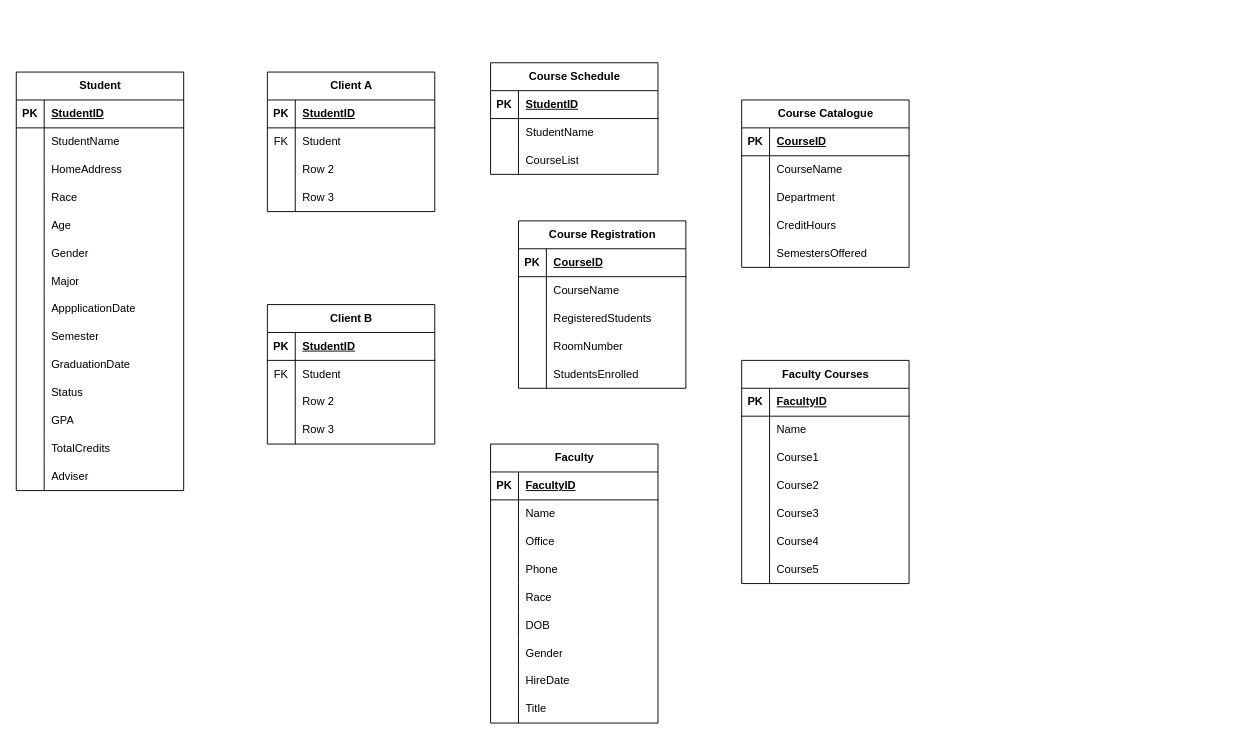
Before: Project 3.drawio in dkim28/computer-science, a draw.io diagram. Source tidied: cells renumbered, new cells numbered last; positions are measured from the earlier drawing's top-left corner, leaving out a move shared by most shapes. Both pictures are drawn from the tidied source at 93%, with x=0, y=0 at pixel (16, 62).
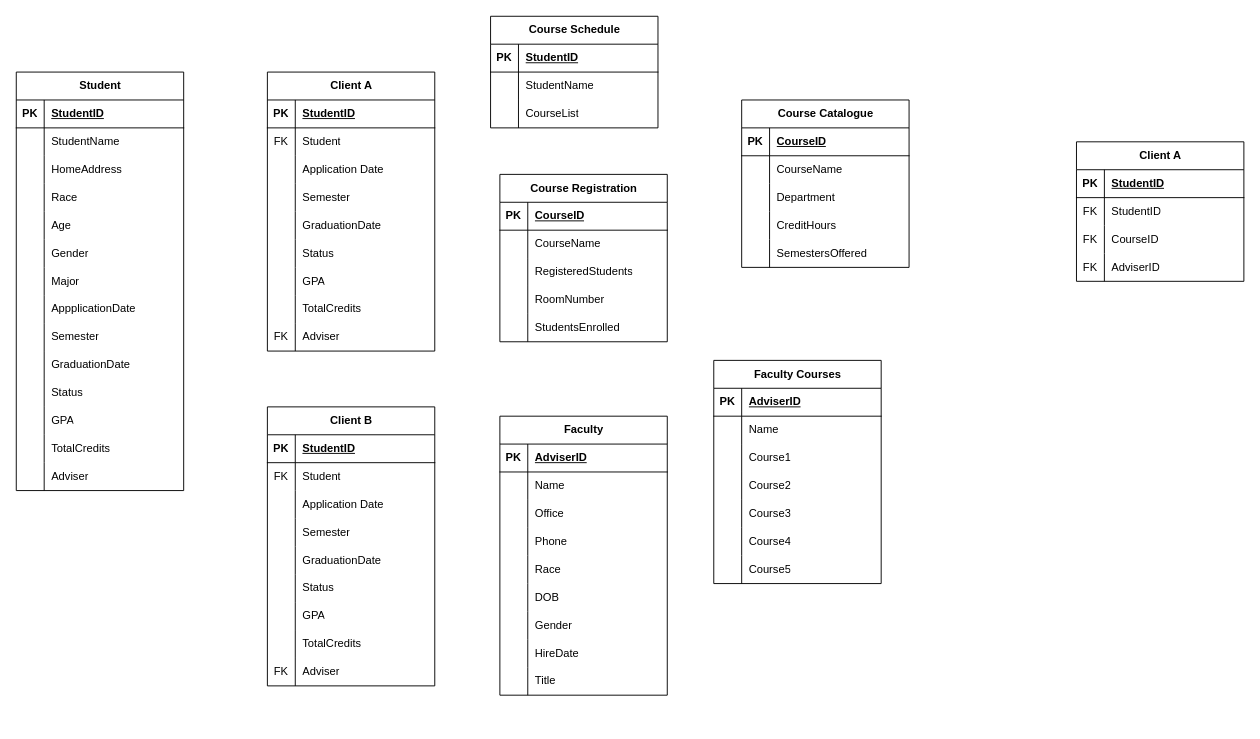
Above is the later version.

The change refers to these unchanged cells:
```xml
<mxCell id="65" style="shape=tableRow;horizontal=0;startSize=0;swimlaneHead=0;swimlaneBody=0;fillColor=none;top=0;left=0;right=0;bottom=0;" parent="58" vertex="1">
  <mxGeometry y="90" width="180" height="30" as="geometry" />
</mxCell>
<mxCell id="68" style="shape=tableRow;horizontal=0;startSize=0;swimlaneHead=0;swimlaneBody=0;fillColor=none;top=0;left=0;right=0;bottom=0;" parent="58" vertex="1">
  <mxGeometry y="120" width="180" height="30" as="geometry" />
</mxCell>
<mxCell id="114" style="shape=tableRow;horizontal=0;startSize=0;swimlaneHead=0;swimlaneBody=0;fillColor=none;top=0;left=0;right=0;bottom=1;" parent="113" vertex="1">
  <mxGeometry y="30" width="180" height="30" as="geometry" />
</mxCell>
<mxCell id="136" style="shape=tableRow;horizontal=0;startSize=0;swimlaneHead=0;swimlaneBody=0;fillColor=none;top=0;left=0;right=0;bottom=1;" parent="135" vertex="1">
  <mxGeometry y="30" width="180" height="30" as="geometry" />
</mxCell>
```

Change to the diagram source:
```diff
@@
-    <mxCell id="45" value="Client B" style="shape=table;startSize=30;childLayout=tableLayout;rowLines=0;fontStyle=1;align=center;html=1;" parent="1" vertex="1">
-      <mxGeometry x="270" y="260" width="180" height="150" as="geometry" />
-    </mxCell>
-    <mxCell id="46" style="shape=tableRow;horizontal=0;startSize=0;swimlaneHead=0;swimlaneBody=0;fillColor=none;top=0;left=0;right=0;bottom=1;" parent="45" vertex="1">
-      <mxGeometry y="30" width="180" height="30" as="geometry" />
-    </mxCell>
-    <mxCell id="47" value="PK" style="shape=partialRectangle;fillColor=none;top=0;left=0;bottom=0;right=0;fontStyle=1;overflow=hidden;whiteSpace=wrap;html=1;" parent="46" vertex="1">
-      <mxGeometry width="30" height="30" as="geometry" />
-    </mxCell>
-    <mxCell id="48" value="StudentID" style="shape=partialRectangle;fillColor=none;top=0;left=0;bottom=0;right=0;align=left;spacingLeft=6;fontStyle=5;overflow=hidden;whiteSpace=wrap;html=1;" parent="46" vertex="1">
-      <mxGeometry x="30" width="150" height="30" as="geometry" />
-    </mxCell>
-    <mxCell id="49" style="shape=tableRow;horizontal=0;startSize=0;swimlaneHead=0;swimlaneBody=0;fillColor=none;top=0;left=0;right=0;bottom=0;" parent="45" vertex="1">
-      <mxGeometry y="60" width="180" height="30" as="geometry" />
-    </mxCell>
-    <mxCell id="50" value="FK" style="shape=partialRectangle;fillColor=none;top=0;left=0;bottom=0;right=0;overflow=hidden;whiteSpace=wrap;html=1;" parent="49" vertex="1">
-      <mxGeometry width="30" height="30" as="geometry" />
-    </mxCell>
-    <mxCell id="51" value="Student" style="shape=partialRectangle;fillColor=none;top=0;left=0;bottom=0;right=0;align=left;spacingLeft=6;overflow=hidden;whiteSpace=wrap;html=1;" parent="49" vertex="1">
-      <mxGeometry x="30" width="150" height="30" as="geometry" />
-    </mxCell>
-    <mxCell id="52" style="shape=tableRow;horizontal=0;startSize=0;swimlaneHead=0;swimlaneBody=0;fillColor=none;top=0;left=0;right=0;bottom=0;" parent="45" vertex="1">
-      <mxGeometry y="90" width="180" height="30" as="geometry" />
-    </mxCell>
-    <mxCell id="53" style="shape=partialRectangle;fillColor=none;top=0;left=0;bottom=0;right=0;overflow=hidden;whiteSpace=wrap;html=1;" parent="52" vertex="1">
-      <mxGeometry width="30" height="30" as="geometry" />
-    </mxCell>
-    <mxCell id="54" value="Row 2" style="shape=partialRectangle;fillColor=none;top=0;left=0;bottom=0;right=0;align=left;spacingLeft=6;overflow=hidden;whiteSpace=wrap;html=1;" parent="52" vertex="1">
-      <mxGeometry x="30" width="150" height="30" as="geometry" />
-    </mxCell>
-    <mxCell id="55" style="shape=tableRow;horizontal=0;startSize=0;swimlaneHead=0;swimlaneBody=0;fillColor=none;top=0;left=0;right=0;bottom=0;" parent="45" vertex="1">
-      <mxGeometry y="120" width="180" height="30" as="geometry" />
-    </mxCell>
-    <mxCell id="56" style="shape=partialRectangle;fillColor=none;top=0;left=0;bottom=0;right=0;overflow=hidden;whiteSpace=wrap;html=1;" parent="55" vertex="1">
-      <mxGeometry width="30" height="30" as="geometry" />
-    </mxCell>
-    <mxCell id="57" value="Row 3" style="shape=partialRectangle;fillColor=none;top=0;left=0;bottom=0;right=0;align=left;spacingLeft=6;overflow=hidden;whiteSpace=wrap;html=1;" parent="55" vertex="1">
-      <mxGeometry x="30" width="150" height="30" as="geometry" />
-    </mxCell>
     <mxCell id="58" value="Client A" style="shape=table;startSize=30;childLayout=tableLayout;rowLines=0;fontStyle=1;align=center;html=1;" parent="1" vertex="1">
-      <mxGeometry x="270" y="10" width="180" height="150" as="geometry" />
+      <mxGeometry x="270" y="10" width="180" height="300" as="geometry" />
     </mxCell>
@@
-    <mxCell id="67" value="Row 2" style="shape=partialRectangle;fillColor=none;top=0;left=0;bottom=0;right=0;align=left;spacingLeft=6;overflow=hidden;whiteSpace=wrap;html=1;" parent="65" vertex="1">
+    <mxCell id="67" value="Application Date" style="shape=partialRectangle;fillColor=none;top=0;left=0;bottom=0;right=0;align=left;spacingLeft=6;overflow=hidden;whiteSpace=wrap;html=1;" parent="65" vertex="1">
       <mxGeometry x="30" width="150" height="30" as="geometry" />
     </mxCell>
@@
-    <mxCell id="70" value="Row 3" style="shape=partialRectangle;fillColor=none;top=0;left=0;bottom=0;right=0;align=left;spacingLeft=6;overflow=hidden;whiteSpace=wrap;html=1;" parent="68" vertex="1">
+    <mxCell id="70" value="Semester" style="shape=partialRectangle;fillColor=none;top=0;left=0;bottom=0;right=0;align=left;spacingLeft=6;overflow=hidden;whiteSpace=wrap;html=1;" parent="68" vertex="1">
       <mxGeometry x="30" width="150" height="30" as="geometry" />
     </mxCell>
+    <mxCell id="163" style="shape=tableRow;horizontal=0;startSize=0;swimlaneHead=0;swimlaneBody=0;fillColor=none;top=0;left=0;right=0;bottom=0;" parent="58" vertex="1">
+      <mxGeometry y="150" width="180" height="30" as="geometry" />
+    </mxCell>
+    <mxCell id="164" style="shape=partialRectangle;fillColor=none;top=0;left=0;bottom=0;right=0;overflow=hidden;whiteSpace=wrap;html=1;" parent="163" vertex="1">
+      <mxGeometry width="30" height="30" as="geometry" />
+    </mxCell>
+    <mxCell id="165" value="GraduationDate" style="shape=partialRectangle;fillColor=none;top=0;left=0;bottom=0;right=0;align=left;spacingLeft=6;overflow=hidden;whiteSpace=wrap;html=1;" parent="163" vertex="1">
+      <mxGeometry x="30" width="150" height="30" as="geometry" />
+    </mxCell>
+    <mxCell id="166" style="shape=tableRow;horizontal=0;startSize=0;swimlaneHead=0;swimlaneBody=0;fillColor=none;top=0;left=0;right=0;bottom=0;" parent="58" vertex="1">
+      <mxGeometry y="180" width="180" height="30" as="geometry" />
+    </mxCell>
+    <mxCell id="167" style="shape=partialRectangle;fillColor=none;top=0;left=0;bottom=0;right=0;overflow=hidden;whiteSpace=wrap;html=1;" parent="166" vertex="1">
+      <mxGeometry width="30" height="30" as="geometry" />
+    </mxCell>
+    <mxCell id="168" value="Status" style="shape=partialRectangle;fillColor=none;top=0;left=0;bottom=0;right=0;align=left;spacingLeft=6;overflow=hidden;whiteSpace=wrap;html=1;" parent="166" vertex="1">
+      <mxGeometry x="30" width="150" height="30" as="geometry" />
+    </mxCell>
+    <mxCell id="169" style="shape=tableRow;horizontal=0;startSize=0;swimlaneHead=0;swimlaneBody=0;fillColor=none;top=0;left=0;right=0;bottom=0;" parent="58" vertex="1">
+      <mxGeometry y="210" width="180" height="30" as="geometry" />
+    </mxCell>
+    <mxCell id="170" style="shape=partialRectangle;fillColor=none;top=0;left=0;bottom=0;right=0;overflow=hidden;whiteSpace=wrap;html=1;" parent="169" vertex="1">
+      <mxGeometry width="30" height="30" as="geometry" />
+    </mxCell>
+    <mxCell id="171" value="GPA" style="shape=partialRectangle;fillColor=none;top=0;left=0;bottom=0;right=0;align=left;spacingLeft=6;overflow=hidden;whiteSpace=wrap;html=1;" parent="169" vertex="1">
+      <mxGeometry x="30" width="150" height="30" as="geometry" />
+    </mxCell>
+    <mxCell id="172" style="shape=tableRow;horizontal=0;startSize=0;swimlaneHead=0;swimlaneBody=0;fillColor=none;top=0;left=0;right=0;bottom=0;" parent="58" vertex="1">
+      <mxGeometry y="240" width="180" height="30" as="geometry" />
+    </mxCell>
+    <mxCell id="173" style="shape=partialRectangle;fillColor=none;top=0;left=0;bottom=0;right=0;overflow=hidden;whiteSpace=wrap;html=1;" parent="172" vertex="1">
+      <mxGeometry width="30" height="30" as="geometry" />
+    </mxCell>
+    <mxCell id="174" value="TotalCredits" style="shape=partialRectangle;fillColor=none;top=0;left=0;bottom=0;right=0;align=left;spacingLeft=6;overflow=hidden;whiteSpace=wrap;html=1;" parent="172" vertex="1">
+      <mxGeometry x="30" width="150" height="30" as="geometry" />
+    </mxCell>
+    <mxCell id="175" style="shape=tableRow;horizontal=0;startSize=0;swimlaneHead=0;swimlaneBody=0;fillColor=none;top=0;left=0;right=0;bottom=0;" parent="58" vertex="1">
+      <mxGeometry y="270" width="180" height="30" as="geometry" />
+    </mxCell>
+    <mxCell id="176" value="FK" style="shape=partialRectangle;fillColor=none;top=0;left=0;bottom=0;right=0;overflow=hidden;whiteSpace=wrap;html=1;" parent="175" vertex="1">
+      <mxGeometry width="30" height="30" as="geometry" />
+    </mxCell>
+    <mxCell id="177" value="Adviser" style="shape=partialRectangle;fillColor=none;top=0;left=0;bottom=0;right=0;align=left;spacingLeft=6;overflow=hidden;whiteSpace=wrap;html=1;" parent="175" vertex="1">
+      <mxGeometry x="30" width="150" height="30" as="geometry" />
+    </mxCell>
     <mxCell id="71" value="Course Schedule" style="shape=table;startSize=30;childLayout=tableLayout;rowLines=0;fontStyle=1;align=center;html=1;" parent="1" vertex="1">
-      <mxGeometry x="510" width="180" height="120" as="geometry" />
+      <mxGeometry x="510" y="-50" width="180" height="120" as="geometry" />
     </mxCell>
@@
     <mxCell id="81" value="Course Registration" style="shape=table;startSize=30;childLayout=tableLayout;rowLines=0;fontStyle=1;align=center;html=1;" parent="1" vertex="1">
-      <mxGeometry x="540" y="170" width="180" height="180" as="geometry" />
+      <mxGeometry x="520" y="120" width="180" height="180" as="geometry" />
     </mxCell>
@@
     <mxCell id="113" value="Faculty Courses" style="shape=table;startSize=30;childLayout=tableLayout;rowLines=0;fontStyle=1;align=center;html=1;" parent="1" vertex="1">
-      <mxGeometry x="780" y="320" width="180" height="240" as="geometry" />
+      <mxGeometry x="750" y="320" width="180" height="240" as="geometry" />
     </mxCell>
@@
-    <mxCell id="116" value="FacultyID" style="shape=partialRectangle;fillColor=none;top=0;left=0;bottom=0;right=0;align=left;spacingLeft=6;fontStyle=5;overflow=hidden;whiteSpace=wrap;html=1;" parent="114" vertex="1">
+    <mxCell id="116" value="AdviserID" style="shape=partialRectangle;fillColor=none;top=0;left=0;bottom=0;right=0;align=left;spacingLeft=6;fontStyle=5;overflow=hidden;whiteSpace=wrap;html=1;" parent="114" vertex="1">
       <mxGeometry x="30" width="150" height="30" as="geometry" />
     </mxCell>
@@
     <mxCell id="135" value="Faculty" style="shape=table;startSize=30;childLayout=tableLayout;rowLines=0;fontStyle=1;align=center;html=1;" parent="1" vertex="1">
-      <mxGeometry x="510" y="410" width="180" height="300" as="geometry" />
+      <mxGeometry x="520" y="380" width="180" height="300" as="geometry" />
     </mxCell>
@@
-    <mxCell id="138" value="FacultyID" style="shape=partialRectangle;fillColor=none;top=0;left=0;bottom=0;right=0;align=left;spacingLeft=6;fontStyle=5;overflow=hidden;whiteSpace=wrap;html=1;" parent="136" vertex="1">
+    <mxCell id="138" value="AdviserID" style="shape=partialRectangle;fillColor=none;top=0;left=0;bottom=0;right=0;align=left;spacingLeft=6;fontStyle=5;overflow=hidden;whiteSpace=wrap;html=1;" parent="136" vertex="1">
       <mxGeometry x="30" width="150" height="30" as="geometry" />
     </mxCell>
@@
+    <mxCell id="45" value="Client B" style="shape=table;startSize=30;childLayout=tableLayout;rowLines=0;fontStyle=1;align=center;html=1;" parent="1" vertex="1">
+      <mxGeometry x="270" y="370" width="180" height="300" as="geometry" />
+    </mxCell>
+    <mxCell id="178" style="shape=tableRow;horizontal=0;startSize=0;swimlaneHead=0;swimlaneBody=0;fillColor=none;top=0;left=0;right=0;bottom=1;" parent="45" vertex="1">
+      <mxGeometry y="30" width="180" height="30" as="geometry" />
+    </mxCell>
+    <mxCell id="179" value="PK" style="shape=partialRectangle;fillColor=none;top=0;left=0;bottom=0;right=0;fontStyle=1;overflow=hidden;whiteSpace=wrap;html=1;" parent="178" vertex="1">
+      <mxGeometry width="30" height="30" as="geometry" />
+    </mxCell>
+    <mxCell id="180" value="StudentID" style="shape=partialRectangle;fillColor=none;top=0;left=0;bottom=0;right=0;align=left;spacingLeft=6;fontStyle=5;overflow=hidden;whiteSpace=wrap;html=1;" parent="178" vertex="1">
+      <mxGeometry x="30" width="150" height="30" as="geometry" />
+    </mxCell>
+    <mxCell id="181" style="shape=tableRow;horizontal=0;startSize=0;swimlaneHead=0;swimlaneBody=0;fillColor=none;top=0;left=0;right=0;bottom=0;" parent="45" vertex="1">
+      <mxGeometry y="60" width="180" height="30" as="geometry" />
+    </mxCell>
+    <mxCell id="182" value="FK" style="shape=partialRectangle;fillColor=none;top=0;left=0;bottom=0;right=0;overflow=hidden;whiteSpace=wrap;html=1;" parent="181" vertex="1">
+      <mxGeometry width="30" height="30" as="geometry" />
+    </mxCell>
+    <mxCell id="51" value="Student" style="shape=partialRectangle;fillColor=none;top=0;left=0;bottom=0;right=0;align=left;spacingLeft=6;overflow=hidden;whiteSpace=wrap;html=1;" parent="181" vertex="1">
+      <mxGeometry x="30" width="150" height="30" as="geometry" />
+    </mxCell>
+    <mxCell id="183" style="shape=tableRow;horizontal=0;startSize=0;swimlaneHead=0;swimlaneBody=0;fillColor=none;top=0;left=0;right=0;bottom=0;" parent="45" vertex="1">
+      <mxGeometry y="90" width="180" height="30" as="geometry" />
+    </mxCell>
+    <mxCell id="184" style="shape=partialRectangle;fillColor=none;top=0;left=0;bottom=0;right=0;overflow=hidden;whiteSpace=wrap;html=1;" parent="183" vertex="1">
+      <mxGeometry width="30" height="30" as="geometry" />
+    </mxCell>
+    <mxCell id="185" value="Application Date" style="shape=partialRectangle;fillColor=none;top=0;left=0;bottom=0;right=0;align=left;spacingLeft=6;overflow=hidden;whiteSpace=wrap;html=1;" parent="183" vertex="1">
+      <mxGeometry x="30" width="150" height="30" as="geometry" />
+    </mxCell>
+    <mxCell id="186" style="shape=tableRow;horizontal=0;startSize=0;swimlaneHead=0;swimlaneBody=0;fillColor=none;top=0;left=0;right=0;bottom=0;" parent="45" vertex="1">
+      <mxGeometry y="120" width="180" height="30" as="geometry" />
+    </mxCell>
+    <mxCell id="187" style="shape=partialRectangle;fillColor=none;top=0;left=0;bottom=0;right=0;overflow=hidden;whiteSpace=wrap;html=1;" parent="186" vertex="1">
+      <mxGeometry width="30" height="30" as="geometry" />
+    </mxCell>
+    <mxCell id="188" value="Semester" style="shape=partialRectangle;fillColor=none;top=0;left=0;bottom=0;right=0;align=left;spacingLeft=6;overflow=hidden;whiteSpace=wrap;html=1;" parent="186" vertex="1">
+      <mxGeometry x="30" width="150" height="30" as="geometry" />
+    </mxCell>
+    <mxCell id="189" style="shape=tableRow;horizontal=0;startSize=0;swimlaneHead=0;swimlaneBody=0;fillColor=none;top=0;left=0;right=0;bottom=0;" parent="45" vertex="1">
+      <mxGeometry y="150" width="180" height="30" as="geometry" />
+    </mxCell>
+    <mxCell id="190" style="shape=partialRectangle;fillColor=none;top=0;left=0;bottom=0;right=0;overflow=hidden;whiteSpace=wrap;html=1;" parent="189" vertex="1">
+      <mxGeometry width="30" height="30" as="geometry" />
+    </mxCell>
+    <mxCell id="191" value="GraduationDate" style="shape=partialRectangle;fillColor=none;top=0;left=0;bottom=0;right=0;align=left;spacingLeft=6;overflow=hidden;whiteSpace=wrap;html=1;" parent="189" vertex="1">
+      <mxGeometry x="30" width="150" height="30" as="geometry" />
+    </mxCell>
+    <mxCell id="192" style="shape=tableRow;horizontal=0;startSize=0;swimlaneHead=0;swimlaneBody=0;fillColor=none;top=0;left=0;right=0;bottom=0;" parent="45" vertex="1">
+      <mxGeometry y="180" width="180" height="30" as="geometry" />
+    </mxCell>
+    <mxCell id="193" style="shape=partialRectangle;fillColor=none;top=0;left=0;bottom=0;right=0;overflow=hidden;whiteSpace=wrap;html=1;" parent="192" vertex="1">
+      <mxGeometry width="30" height="30" as="geometry" />
+    </mxCell>
+    <mxCell id="194" value="Status" style="shape=partialRectangle;fillColor=none;top=0;left=0;bottom=0;right=0;align=left;spacingLeft=6;overflow=hidden;whiteSpace=wrap;html=1;" parent="192" vertex="1">
+      <mxGeometry x="30" width="150" height="30" as="geometry" />
+    </mxCell>
+    <mxCell id="195" style="shape=tableRow;horizontal=0;startSize=0;swimlaneHead=0;swimlaneBody=0;fillColor=none;top=0;left=0;right=0;bottom=0;" parent="45" vertex="1">
+      <mxGeometry y="210" width="180" height="30" as="geometry" />
+    </mxCell>
+    <mxCell id="196" style="shape=partialRectangle;fillColor=none;top=0;left=0;bottom=0;right=0;overflow=hidden;whiteSpace=wrap;html=1;" parent="195" vertex="1">
+      <mxGeometry width="30" height="30" as="geometry" />
+    </mxCell>
+    <mxCell id="197" value="GPA" style="shape=partialRectangle;fillColor=none;top=0;left=0;bottom=0;right=0;align=left;spacingLeft=6;overflow=hidden;whiteSpace=wrap;html=1;" parent="195" vertex="1">
+      <mxGeometry x="30" width="150" height="30" as="geometry" />
+    </mxCell>
+    <mxCell id="198" style="shape=tableRow;horizontal=0;startSize=0;swimlaneHead=0;swimlaneBody=0;fillColor=none;top=0;left=0;right=0;bottom=0;" parent="45" vertex="1">
+      <mxGeometry y="240" width="180" height="30" as="geometry" />
+    </mxCell>
+    <mxCell id="199" style="shape=partialRectangle;fillColor=none;top=0;left=0;bottom=0;right=0;overflow=hidden;whiteSpace=wrap;html=1;" parent="198" vertex="1">
+      <mxGeometry width="30" height="30" as="geometry" />
+    </mxCell>
+    <mxCell id="200" value="TotalCredits" style="shape=partialRectangle;fillColor=none;top=0;left=0;bottom=0;right=0;align=left;spacingLeft=6;overflow=hidden;whiteSpace=wrap;html=1;" parent="198" vertex="1">
+      <mxGeometry x="30" width="150" height="30" as="geometry" />
+    </mxCell>
+    <mxCell id="201" style="shape=tableRow;horizontal=0;startSize=0;swimlaneHead=0;swimlaneBody=0;fillColor=none;top=0;left=0;right=0;bottom=0;" parent="45" vertex="1">
+      <mxGeometry y="270" width="180" height="30" as="geometry" />
+    </mxCell>
+    <mxCell id="202" value="FK" style="shape=partialRectangle;fillColor=none;top=0;left=0;bottom=0;right=0;overflow=hidden;whiteSpace=wrap;html=1;" parent="201" vertex="1">
+      <mxGeometry width="30" height="30" as="geometry" />
+    </mxCell>
+    <mxCell id="203" value="Adviser" style="shape=partialRectangle;fillColor=none;top=0;left=0;bottom=0;right=0;align=left;spacingLeft=6;overflow=hidden;whiteSpace=wrap;html=1;" parent="201" vertex="1">
+      <mxGeometry x="30" width="150" height="30" as="geometry" />
+    </mxCell>
+    <mxCell id="204" value="Client A" style="shape=table;startSize=30;childLayout=tableLayout;rowLines=0;fontStyle=1;align=center;html=1;" parent="1" vertex="1">
+      <mxGeometry x="1140" y="85" width="180" height="150" as="geometry" />
+    </mxCell>
+    <mxCell id="205" style="shape=tableRow;horizontal=0;startSize=0;swimlaneHead=0;swimlaneBody=0;fillColor=none;top=0;left=0;right=0;bottom=1;" parent="204" vertex="1">
+      <mxGeometry y="30" width="180" height="30" as="geometry" />
+    </mxCell>
+    <mxCell id="206" value="PK" style="shape=partialRectangle;fillColor=none;top=0;left=0;bottom=0;right=0;fontStyle=1;overflow=hidden;whiteSpace=wrap;html=1;" parent="205" vertex="1">
+      <mxGeometry width="30" height="30" as="geometry" />
+    </mxCell>
+    <mxCell id="207" value="StudentID" style="shape=partialRectangle;fillColor=none;top=0;left=0;bottom=0;right=0;align=left;spacingLeft=6;fontStyle=5;overflow=hidden;whiteSpace=wrap;html=1;" parent="205" vertex="1">
+      <mxGeometry x="30" width="150" height="30" as="geometry" />
+    </mxCell>
+    <mxCell id="208" style="shape=tableRow;horizontal=0;startSize=0;swimlaneHead=0;swimlaneBody=0;fillColor=none;top=0;left=0;right=0;bottom=0;" parent="204" vertex="1">
+      <mxGeometry y="60" width="180" height="30" as="geometry" />
+    </mxCell>
+    <mxCell id="209" value="FK" style="shape=partialRectangle;fillColor=none;top=0;left=0;bottom=0;right=0;overflow=hidden;whiteSpace=wrap;html=1;" parent="208" vertex="1">
+      <mxGeometry width="30" height="30" as="geometry" />
+    </mxCell>
+    <mxCell id="210" value="StudentID" style="shape=partialRectangle;fillColor=none;top=0;left=0;bottom=0;right=0;align=left;spacingLeft=6;overflow=hidden;whiteSpace=wrap;html=1;" parent="208" vertex="1">
+      <mxGeometry x="30" width="150" height="30" as="geometry" />
+    </mxCell>
+    <mxCell id="211" style="shape=tableRow;horizontal=0;startSize=0;swimlaneHead=0;swimlaneBody=0;fillColor=none;top=0;left=0;right=0;bottom=0;" parent="204" vertex="1">
+      <mxGeometry y="90" width="180" height="30" as="geometry" />
+    </mxCell>
+    <mxCell id="212" value="FK" style="shape=partialRectangle;fillColor=none;top=0;left=0;bottom=0;right=0;overflow=hidden;whiteSpace=wrap;html=1;" parent="211" vertex="1">
+      <mxGeometry width="30" height="30" as="geometry" />
+    </mxCell>
+    <mxCell id="213" value="CourseID" style="shape=partialRectangle;fillColor=none;top=0;left=0;bottom=0;right=0;align=left;spacingLeft=6;overflow=hidden;whiteSpace=wrap;html=1;" parent="211" vertex="1">
+      <mxGeometry x="30" width="150" height="30" as="geometry" />
+    </mxCell>
+    <mxCell id="214" style="shape=tableRow;horizontal=0;startSize=0;swimlaneHead=0;swimlaneBody=0;fillColor=none;top=0;left=0;right=0;bottom=0;" parent="204" vertex="1">
+      <mxGeometry y="120" width="180" height="30" as="geometry" />
+    </mxCell>
+    <mxCell id="215" value="FK" style="shape=partialRectangle;fillColor=none;top=0;left=0;bottom=0;right=0;overflow=hidden;whiteSpace=wrap;html=1;" parent="214" vertex="1">
+      <mxGeometry width="30" height="30" as="geometry" />
+    </mxCell>
+    <mxCell id="216" value="AdviserID" style="shape=partialRectangle;fillColor=none;top=0;left=0;bottom=0;right=0;align=left;spacingLeft=6;overflow=hidden;whiteSpace=wrap;html=1;" parent="214" vertex="1">
+      <mxGeometry x="30" width="150" height="30" as="geometry" />
+    </mxCell>
```
